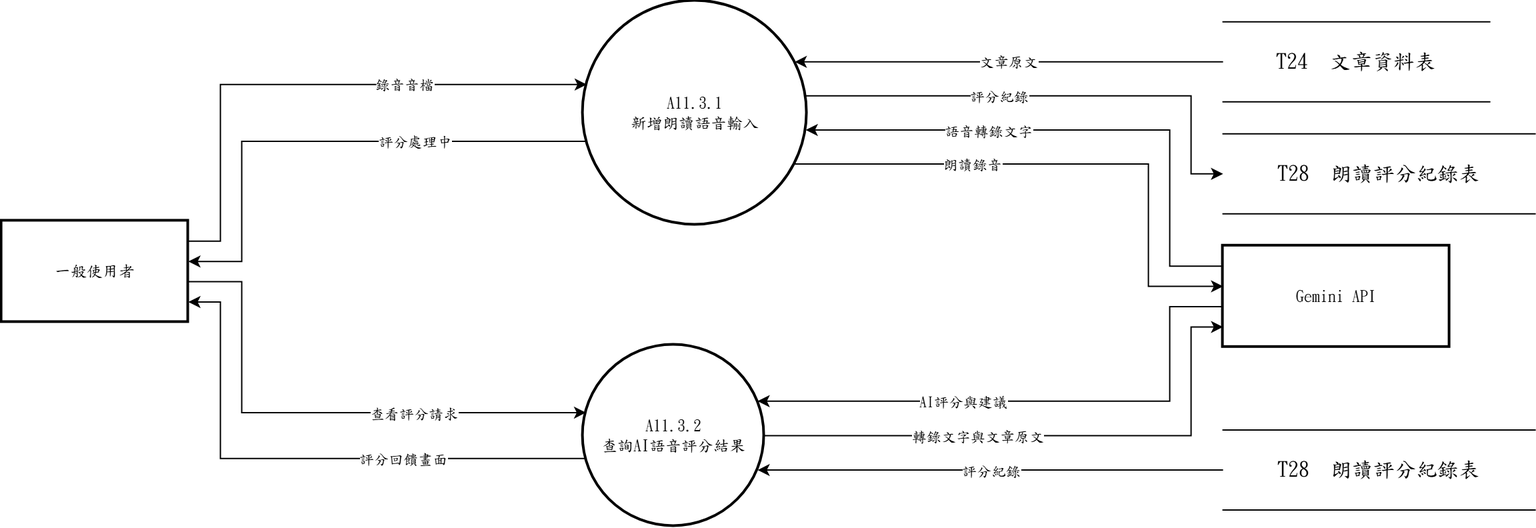
s22452007/115502 keeps this draw.io diagram as 系統文件/第6章/DFD圖/圖11/新/圖11-3.drawio.png. Above is the earlier version. Source tidied: cells renumbered, new cells last; positions are measured from the earlier drawing's top-left corner, leaving out a move shared by most shapes.
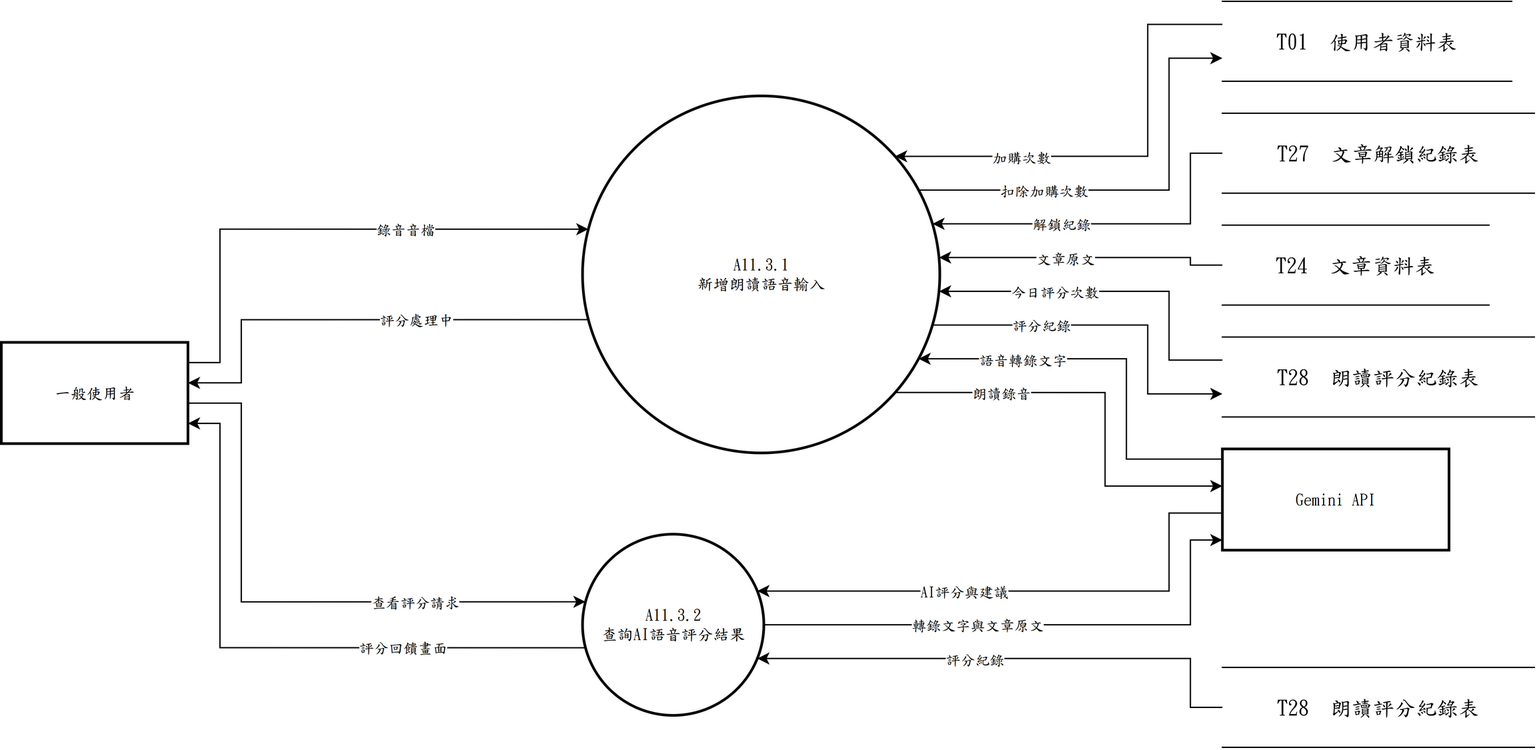
The same file after the commit.

The edit, as a diff of the source:
```diff
@@ -3,136 +3,196 @@
     <mxCell id="0" />
     <mxCell id="1" parent="0" />
     <mxCell id="2" value="A11.3.1&lt;br&gt;新增朗讀語音輸入" style="ellipse;strokeWidth=2;whiteSpace=wrap;html=1;fontFamily=標楷體;" parent="1" vertex="1">
-      <mxGeometry x="436" width="168" height="168" as="geometry" />
+      <mxGeometry x="436" y="71" width="268" height="268" as="geometry" />
     </mxCell>
     <mxCell id="3" value="A11.3.2&lt;br&gt;查詢AI語音評分結果" style="ellipse;strokeWidth=2;whiteSpace=wrap;html=1;fontFamily=標楷體;" parent="1" vertex="1">
-      <mxGeometry x="436" y="258" width="136" height="136" as="geometry" />
+      <mxGeometry x="436" y="400" width="136" height="136" as="geometry" />
     </mxCell>
     <mxCell id="4" value="一般使用者" style="whiteSpace=wrap;strokeWidth=2;html=1;fontFamily=標楷體;" parent="1" vertex="1">
-      <mxGeometry y="165" width="140" height="76" as="geometry" />
+      <mxGeometry y="256" width="140" height="76" as="geometry" />
     </mxCell>
     <mxCell id="5" value="T24  文章資料表" style="shape=partialRectangle;whiteSpace=wrap;html=1;left=0;right=0;fontFamily=標楷體;fontSize=16;" parent="1" vertex="1">
-      <mxGeometry x="916" y="15.7" width="200" height="60" as="geometry" />
+      <mxGeometry x="916" y="168" width="200" height="60" as="geometry" />
     </mxCell>
     <mxCell id="6" value="T28  朗讀評分紀錄表" style="shape=partialRectangle;whiteSpace=wrap;html=1;left=0;right=0;fontFamily=標楷體;fontSize=16;" parent="1" vertex="1">
-      <mxGeometry x="916" y="99.7" width="234" height="60" as="geometry" />
+      <mxGeometry x="916" y="252" width="234" height="60" as="geometry" />
     </mxCell>
     <mxCell id="7" value="Gemini API" style="whiteSpace=wrap;strokeWidth=2;html=1;fontFamily=標楷體;" parent="1" vertex="1">
-      <mxGeometry x="916" y="183.7" width="170" height="76" as="geometry" />
+      <mxGeometry x="916" y="336" width="170" height="76" as="geometry" />
     </mxCell>
     <mxCell id="8" value="T28  朗讀評分紀錄表" style="shape=partialRectangle;whiteSpace=wrap;html=1;left=0;right=0;fontFamily=標楷體;fontSize=16;" parent="1" vertex="1">
-      <mxGeometry x="916" y="321.8" width="234" height="60" as="geometry" />
+      <mxGeometry x="916" y="500" width="234" height="60" as="geometry" />
     </mxCell>
     <mxCell id="9" style="edgeStyle=none;rounded=0;html=1;fontFamily=標楷體;endArrow=classic;exitX=1.0000;exitY=0.2000;exitDx=0;exitDy=0;exitPerimeter=0;entryX=0.0163;entryY=0.3733;entryDx=0;entryDy=0;entryPerimeter=0;" parent="1" edge="1" source="4" target="2">
       <mxGeometry relative="1" as="geometry">
         <Array as="points">
-          <mxPoint x="164" y="180.2" />
-          <mxPoint x="164" y="62.7" />
+          <mxPoint x="164" y="271.2" />
+          <mxPoint x="164" y="171" />
         </Array>
       </mxGeometry>
     </mxCell>
     <mxCell id="10" value="錄音音檔" style="edgeLabel;html=1;align=center;verticalAlign=middle;fontFamily=標楷體;" parent="9" vertex="1">
-      <mxGeometry x="0.34" relative="1" as="geometry" />
+      <mxGeometry x="0.31" relative="1" as="geometry" />
     </mxCell>
-    <mxCell id="11" style="edgeStyle=none;rounded=0;html=1;fontFamily=標楷體;endArrow=classic;exitX=0.0000;exitY=0.2000;exitDx=0;exitDy=0;exitPerimeter=0;entryX=0.9942;entryY=0.5760;entryDx=0;entryDy=0;entryPerimeter=0;" parent="1" edge="1" source="7" target="2">
+    <mxCell id="11" style="edgeStyle=none;rounded=0;html=1;fontFamily=標楷體;endArrow=classic;exitX=0.0000;exitY=0.1000;exitDx=0;exitDy=0;exitPerimeter=0;entryX=0.9406;entryY=0.7363;entryDx=0;entryDy=0;entryPerimeter=0;" parent="1" edge="1" source="7" target="2">
       <mxGeometry relative="1" as="geometry">
         <Array as="points">
-          <mxPoint x="876" y="198.9" />
-          <mxPoint x="876" y="96.8" />
+          <mxPoint x="844" y="343.6" />
+          <mxPoint x="844" y="268.3" />
         </Array>
       </mxGeometry>
     </mxCell>
     <mxCell id="12" value="語音轉錄文字" style="edgeLabel;html=1;align=center;verticalAlign=middle;fontFamily=標楷體;" parent="11" vertex="1">
-      <mxGeometry x="0.34" relative="1" as="geometry" />
+      <mxGeometry x="0.49" relative="1" as="geometry" />
     </mxCell>
-    <mxCell id="13" style="edgeStyle=none;rounded=0;html=1;fontFamily=標楷體;endArrow=classic;exitX=0.0000;exitY=0.5000;exitDx=0;exitDy=0;exitPerimeter=0;entryX=0.9450;entryY=0.2720;entryDx=0;entryDy=0;entryPerimeter=0;" parent="1" edge="1" source="5" target="2">
-      <mxGeometry relative="1" as="geometry" />
+    <mxCell id="13" style="edgeStyle=none;rounded=0;html=1;fontFamily=標楷體;endArrow=classic;exitX=0.0000;exitY=0.5000;exitDx=0;exitDy=0;exitPerimeter=0;entryX=0.9978;entryY=0.4527;entryDx=0;entryDy=0;entryPerimeter=0;" parent="1" edge="1" source="5" target="2">
+      <mxGeometry relative="1" as="geometry">
+        <Array as="points">
+          <mxPoint x="892" y="198" />
+          <mxPoint x="892" y="192.3" />
+        </Array>
+      </mxGeometry>
     </mxCell>
     <mxCell id="14" value="文章原文" style="edgeLabel;html=1;align=center;verticalAlign=middle;fontFamily=標楷體;" parent="13" vertex="1">
-      <mxGeometry relative="1" as="geometry" />
+      <mxGeometry x="0.14" relative="1" as="geometry" />
     </mxCell>
     <mxCell id="15" style="edgeStyle=none;rounded=0;html=1;fontFamily=標楷體;endArrow=classic;exitX=0.0163;exitY=0.6267;exitDx=0;exitDy=0;exitPerimeter=0;entryX=1.0000;entryY=0.4000;entryDx=0;entryDy=0;entryPerimeter=0;" parent="1" edge="1" source="2" target="4">
       <mxGeometry relative="1" as="geometry">
         <Array as="points">
-          <mxPoint x="180" y="105.3" />
-          <mxPoint x="180" y="195.4" />
+          <mxPoint x="180" y="239" />
+          <mxPoint x="180" y="286.4" />
         </Array>
       </mxGeometry>
     </mxCell>
     <mxCell id="16" value="評分處理中" style="edgeLabel;html=1;align=center;verticalAlign=middle;fontFamily=標楷體;" parent="15" vertex="1">
-      <mxGeometry x="-0.34" relative="1" as="geometry" />
+      <mxGeometry x="-0.25" relative="1" as="geometry" />
     </mxCell>
-    <mxCell id="17" style="edgeStyle=none;rounded=0;html=1;fontFamily=標楷體;endArrow=classic;exitX=0.9450;exitY=0.7280;exitDx=0;exitDy=0;exitPerimeter=0;entryX=0.0000;entryY=0.4000;entryDx=0;entryDy=0;entryPerimeter=0;" parent="1" edge="1" source="2" target="7">
+    <mxCell id="17" style="edgeStyle=none;rounded=0;html=1;fontFamily=標楷體;endArrow=classic;exitX=0.8749;exitY=0.8308;exitDx=0;exitDy=0;exitPerimeter=0;entryX=0.0000;entryY=0.3667;entryDx=0;entryDy=0;entryPerimeter=0;" parent="1" edge="1" source="2" target="7">
       <mxGeometry relative="1" as="geometry">
         <Array as="points">
-          <mxPoint x="860" y="122.3" />
-          <mxPoint x="860" y="214.1" />
+          <mxPoint x="828" y="293.7" />
+          <mxPoint x="828" y="363.9" />
         </Array>
       </mxGeometry>
     </mxCell>
     <mxCell id="18" value="朗讀錄音" style="edgeLabel;html=1;align=center;verticalAlign=middle;fontFamily=標楷體;" parent="17" vertex="1">
-      <mxGeometry x="-0.36" relative="1" as="geometry" />
+      <mxGeometry x="-0.5" relative="1" as="geometry" />
     </mxCell>
-    <mxCell id="19" style="edgeStyle=none;rounded=0;html=1;fontFamily=標楷體;endArrow=classic;exitX=0.9942;exitY=0.4240;exitDx=0;exitDy=0;exitPerimeter=0;entryX=0.0000;entryY=0.5000;entryDx=0;entryDy=0;entryPerimeter=0;" parent="1" edge="1" source="2" target="6">
+    <mxCell id="19" style="edgeStyle=none;rounded=0;html=1;fontFamily=標楷體;endArrow=classic;exitX=0.9795;exitY=0.6418;exitDx=0;exitDy=0;exitPerimeter=0;entryX=0.0000;entryY=0.7111;entryDx=0;entryDy=0;entryPerimeter=0;" parent="1" edge="1" source="2" target="6">
       <mxGeometry relative="1" as="geometry">
         <Array as="points">
-          <mxPoint x="892" y="71.2" />
-          <mxPoint x="892" y="129.7" />
+          <mxPoint x="860" y="243" />
+          <mxPoint x="860" y="294.7" />
         </Array>
       </mxGeometry>
     </mxCell>
     <mxCell id="20" value="評分紀錄" style="edgeLabel;html=1;align=center;verticalAlign=middle;fontFamily=標楷體;" parent="19" vertex="1">
-      <mxGeometry x="-0.22" relative="1" as="geometry" />
+      <mxGeometry x="-0.4" relative="1" as="geometry" />
     </mxCell>
     <mxCell id="21" style="edgeStyle=none;rounded=0;html=1;fontFamily=標楷體;endArrow=classic;exitX=1.0000;exitY=0.6000;exitDx=0;exitDy=0;exitPerimeter=0;entryX=0.0163;entryY=0.3733;entryDx=0;entryDy=0;entryPerimeter=0;" parent="1" edge="1" source="4" target="3">
       <mxGeometry relative="1" as="geometry">
         <Array as="points">
-          <mxPoint x="180" y="210.6" />
-          <mxPoint x="180" y="308.8" />
+          <mxPoint x="180" y="301.6" />
+          <mxPoint x="180" y="450.8" />
         </Array>
       </mxGeometry>
     </mxCell>
     <mxCell id="22" value="查看評分請求" style="edgeLabel;html=1;align=center;verticalAlign=middle;fontFamily=標楷體;" parent="21" vertex="1">
-      <mxGeometry x="0.35" relative="1" as="geometry" />
+      <mxGeometry x="0.42" relative="1" as="geometry" />
     </mxCell>
-    <mxCell id="23" style="edgeStyle=none;rounded=0;html=1;fontFamily=標楷體;endArrow=classic;exitX=0.0000;exitY=0.6000;exitDx=0;exitDy=0;exitPerimeter=0;entryX=0.9625;entryY=0.3100;entryDx=0;entryDy=0;entryPerimeter=0;" parent="1" edge="1" source="7" target="3">
+    <mxCell id="23" style="edgeStyle=none;rounded=0;html=1;fontFamily=標楷體;endArrow=classic;exitX=0.0000;exitY=0.6333;exitDx=0;exitDy=0;exitPerimeter=0;entryX=0.9640;entryY=0.3137;entryDx=0;entryDy=0;entryPerimeter=0;" parent="1" edge="1" source="7" target="3">
       <mxGeometry relative="1" as="geometry">
         <Array as="points">
-          <mxPoint x="876" y="229.3" />
-          <mxPoint x="876" y="300.2" />
+          <mxPoint x="876" y="384.1" />
+          <mxPoint x="876" y="442.7" />
         </Array>
       </mxGeometry>
     </mxCell>
     <mxCell id="24" value="AI評分與建議" style="edgeLabel;html=1;align=center;verticalAlign=middle;fontFamily=標楷體;" parent="23" vertex="1">
-      <mxGeometry x="0.26" relative="1" as="geometry" />
+      <mxGeometry x="0.24" relative="1" as="geometry" />
     </mxCell>
-    <mxCell id="25" style="edgeStyle=none;rounded=0;html=1;fontFamily=標楷體;endArrow=classic;exitX=0.0000;exitY=0.5000;exitDx=0;exitDy=0;exitPerimeter=0;entryX=0.9625;entryY=0.6900;entryDx=0;entryDy=0;entryPerimeter=0;" parent="1" edge="1" source="8" target="3">
-      <mxGeometry relative="1" as="geometry" />
+    <mxCell id="25" style="edgeStyle=none;rounded=0;html=1;fontFamily=標楷體;endArrow=classic;exitX=0.0000;exitY=0.5000;exitDx=0;exitDy=0;exitPerimeter=0;entryX=0.9640;entryY=0.6863;entryDx=0;entryDy=0;entryPerimeter=0;" parent="1" edge="1" source="8" target="3">
+      <mxGeometry relative="1" as="geometry">
+        <Array as="points">
+          <mxPoint x="892" y="530" />
+          <mxPoint x="892" y="493.3" />
+        </Array>
+      </mxGeometry>
     </mxCell>
     <mxCell id="26" value="評分紀錄" style="edgeLabel;html=1;align=center;verticalAlign=middle;fontFamily=標楷體;" parent="25" vertex="1">
-      <mxGeometry relative="1" as="geometry" />
+      <mxGeometry x="0.16" relative="1" as="geometry" />
     </mxCell>
     <mxCell id="27" style="edgeStyle=none;rounded=0;html=1;fontFamily=標楷體;endArrow=classic;exitX=0.0163;exitY=0.6267;exitDx=0;exitDy=0;exitPerimeter=0;entryX=1.0000;entryY=0.8000;entryDx=0;entryDy=0;entryPerimeter=0;" parent="1" edge="1" source="3" target="4">
       <mxGeometry relative="1" as="geometry">
         <Array as="points">
-          <mxPoint x="164" y="343.2" />
-          <mxPoint x="164" y="225.8" />
+          <mxPoint x="164" y="485.2" />
+          <mxPoint x="164" y="316.8" />
         </Array>
       </mxGeometry>
     </mxCell>
     <mxCell id="28" value="評分回饋畫面" style="edgeLabel;html=1;align=center;verticalAlign=middle;fontFamily=標楷體;" parent="27" vertex="1">
-      <mxGeometry x="-0.34" relative="1" as="geometry" />
+      <mxGeometry x="-0.41" relative="1" as="geometry" />
     </mxCell>
-    <mxCell id="29" style="edgeStyle=none;rounded=0;html=1;fontFamily=標楷體;endArrow=classic;exitX=1.0000;exitY=0.5000;exitDx=0;exitDy=0;exitPerimeter=0;entryX=0.0000;entryY=0.8000;entryDx=0;entryDy=0;entryPerimeter=0;" parent="1" edge="1" source="3" target="7">
+    <mxCell id="29" style="edgeStyle=none;rounded=0;html=1;fontFamily=標楷體;endArrow=classic;exitX=1.0000;exitY=0.5000;exitDx=0;exitDy=0;exitPerimeter=0;entryX=0.0000;entryY=0.9000;entryDx=0;entryDy=0;entryPerimeter=0;" parent="1" edge="1" source="3" target="7">
       <mxGeometry relative="1" as="geometry">
         <Array as="points">
-          <mxPoint x="892" y="326" />
-          <mxPoint x="892" y="244.5" />
+          <mxPoint x="892" y="468" />
+          <mxPoint x="892" y="404.4" />
         </Array>
       </mxGeometry>
     </mxCell>
     <mxCell id="30" value="轉錄文字與文章原文" style="edgeLabel;html=1;align=center;verticalAlign=middle;fontFamily=標楷體;" parent="29" vertex="1">
-      <mxGeometry x="-0.25" relative="1" as="geometry" />
+      <mxGeometry x="-0.21" relative="1" as="geometry" />
     </mxCell>
+    <mxCell id="31" value="T01  使用者資料表" style="shape=partialRectangle;whiteSpace=wrap;html=1;left=0;right=0;fontFamily=標楷體;fontSize=16;" parent="1" vertex="1">
+      <mxGeometry x="916" width="217" height="60" as="geometry" />
+    </mxCell>
+    <mxCell id="32" value="T27  文章解鎖紀錄表" style="shape=partialRectangle;whiteSpace=wrap;html=1;left=0;right=0;fontFamily=標楷體;fontSize=16;" parent="1" vertex="1">
+      <mxGeometry x="916" y="84" width="234" height="60" as="geometry" />
+    </mxCell>
+    <mxCell id="33" style="edgeStyle=none;rounded=0;html=1;fontFamily=標楷體;endArrow=classic;exitX=0.0000;exitY=0.5000;exitDx=0;exitDy=0;exitPerimeter=0;entryX=0.9795;entryY=0.3582;entryDx=0;entryDy=0;entryPerimeter=0;" parent="1" edge="1" source="32" target="2">
+      <mxGeometry relative="1" as="geometry">
+        <Array as="points">
+          <mxPoint x="892" y="114" />
+          <mxPoint x="892" y="167" />
+        </Array>
+      </mxGeometry>
+    </mxCell>
+    <mxCell id="34" value="解鎖紀錄" style="edgeLabel;html=1;align=center;verticalAlign=middle;fontFamily=標楷體;" parent="33" vertex="1">
+      <mxGeometry x="0.28" relative="1" as="geometry" />
+    </mxCell>
+    <mxCell id="35" style="edgeStyle=none;rounded=0;html=1;fontFamily=標楷體;endArrow=classic;exitX=0.0000;exitY=0.2889;exitDx=0;exitDy=0;exitPerimeter=0;entryX=0.9978;entryY=0.5473;entryDx=0;entryDy=0;entryPerimeter=0;" parent="1" edge="1" source="6" target="2">
+      <mxGeometry relative="1" as="geometry">
+        <Array as="points">
+          <mxPoint x="876" y="269.3" />
+          <mxPoint x="876" y="217.7" />
+        </Array>
+      </mxGeometry>
+    </mxCell>
+    <mxCell id="36" value="今日評分次數" style="edgeLabel;html=1;align=center;verticalAlign=middle;fontFamily=標楷體;" parent="35" vertex="1">
+      <mxGeometry x="0.35" relative="1" as="geometry" />
+    </mxCell>
+    <mxCell id="37" style="edgeStyle=none;rounded=0;html=1;fontFamily=標楷體;endArrow=classic;exitX=0.0000;exitY=0.2889;exitDx=0;exitDy=0;exitPerimeter=0;entryX=0.8749;entryY=0.1692;entryDx=0;entryDy=0;entryPerimeter=0;" parent="1" edge="1" source="31" target="2">
+      <mxGeometry relative="1" as="geometry">
+        <Array as="points">
+          <mxPoint x="860" y="17.3" />
+          <mxPoint x="860" y="116.3" />
+        </Array>
+      </mxGeometry>
+    </mxCell>
+    <mxCell id="38" value="加購次數" style="edgeLabel;html=1;align=center;verticalAlign=middle;fontFamily=標楷體;" parent="37" vertex="1">
+      <mxGeometry x="0.45" relative="1" as="geometry" />
+    </mxCell>
+    <mxCell id="39" style="edgeStyle=none;rounded=0;html=1;fontFamily=標楷體;endArrow=classic;exitX=0.9406;exitY=0.2637;exitDx=0;exitDy=0;exitPerimeter=0;entryX=0.0000;entryY=0.7111;entryDx=0;entryDy=0;entryPerimeter=0;" parent="1" edge="1" source="2" target="31">
+      <mxGeometry relative="1" as="geometry">
+        <Array as="points">
+          <mxPoint x="876" y="141.7" />
+          <mxPoint x="876" y="42.7" />
+        </Array>
+      </mxGeometry>
+    </mxCell>
+    <mxCell id="40" value="扣除加購次數" style="edgeLabel;html=1;align=center;verticalAlign=middle;fontFamily=標楷體;" parent="39" vertex="1">
+      <mxGeometry x="-0.42" relative="1" as="geometry" />
+    </mxCell>
   </root>
 </mxGraphModel>
```
